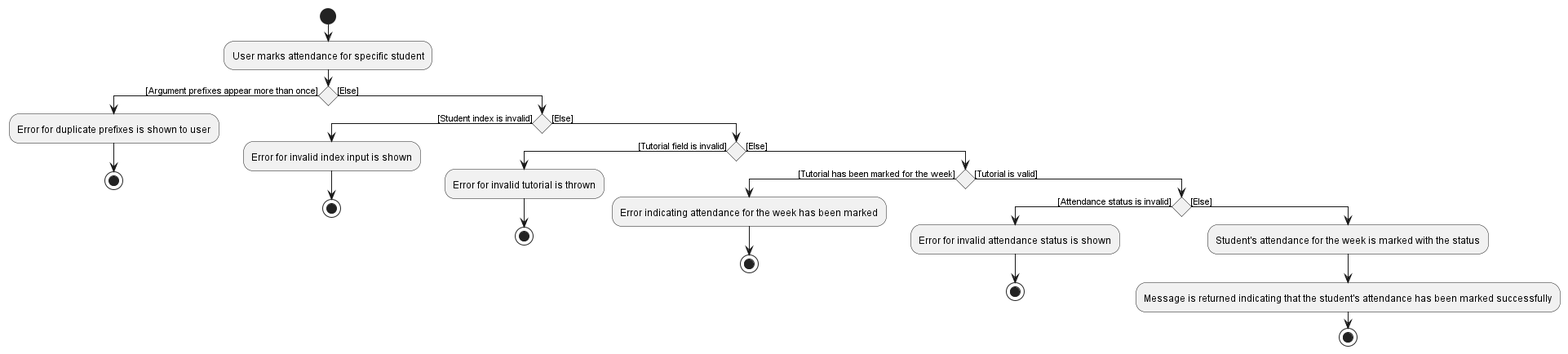
This is docs/images/MarkAttendanceActivityDiagram.png from proto-aiken-13/tp, a PlantUML export, as it was before one commit. The source it was exported from:
```plantuml
@startuml

start
:User marks attendance for specific student;
if () then ([Argument prefixes appear more than once])
    :Error for duplicate prefixes is shown to user;
    stop;
else ([Else])
    if () then ([Student index is invalid])
        :Error for invalid index input is shown;
        stop;
    else ([Else])
        if () then ([Tutorial field is invalid])
            :Error for invalid tutorial is thrown;
            stop;
        else ([Else])
            if () then ([Tutorial has been marked for the week])
                :Error indicating attendance for the week has been marked;
                stop;
            else ([Tutorial is valid])
                if () then ([Attendance status is invalid])
                    :Error for invalid attendance status is shown;
                    stop;
                else ([Else])
                    :Student's attendance for the week is marked with the status;
                    :Message is returned indicating that the student's attendance has been marked successfully;
stop

@enduml
```
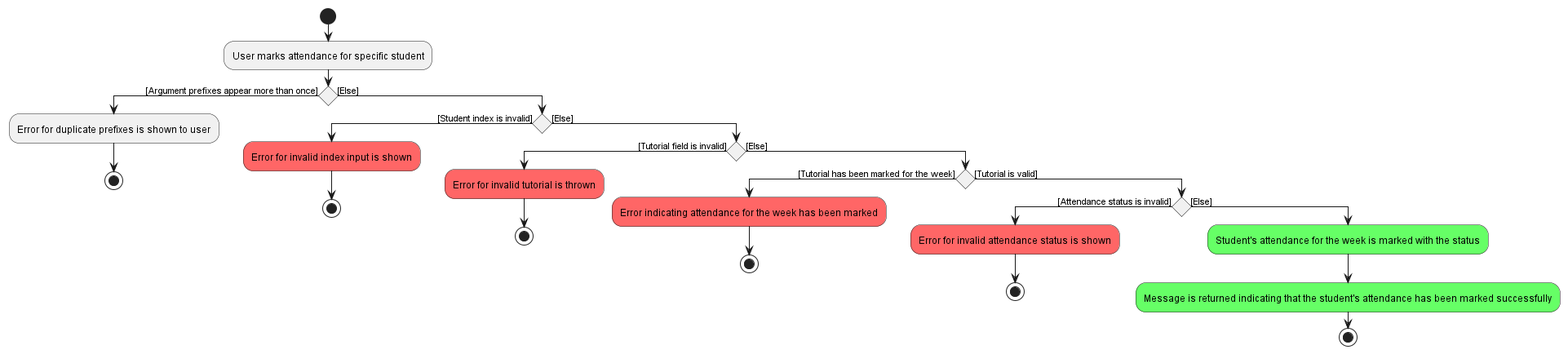
Above is the later version.

Commit message:
Fix DG Activity Diagram

What changed in the source:
```diff
@@ -7,23 +7,23 @@
     stop;
 else ([Else])
     if () then ([Student index is invalid])
-        :Error for invalid index input is shown;
+        #FF6666:Error for invalid index input is shown;
         stop;
     else ([Else])
         if () then ([Tutorial field is invalid])
-            :Error for invalid tutorial is thrown;
+            #FF6666:Error for invalid tutorial is thrown;
             stop;
         else ([Else])
             if () then ([Tutorial has been marked for the week])
-                :Error indicating attendance for the week has been marked;
+                #FF6666:Error indicating attendance for the week has been marked;
                 stop;
             else ([Tutorial is valid])
                 if () then ([Attendance status is invalid])
-                    :Error for invalid attendance status is shown;
+                    #FF6666:Error for invalid attendance status is shown;
                     stop;
                 else ([Else])
-                    :Student's attendance for the week is marked with the status;
-                    :Message is returned indicating that the student's attendance has been marked successfully;
+                    #66FF66:Student's attendance for the week is marked with the status;
+                    #66FF66:Message is returned indicating that the student's attendance has been marked successfully;
 stop
 
 @enduml
```
